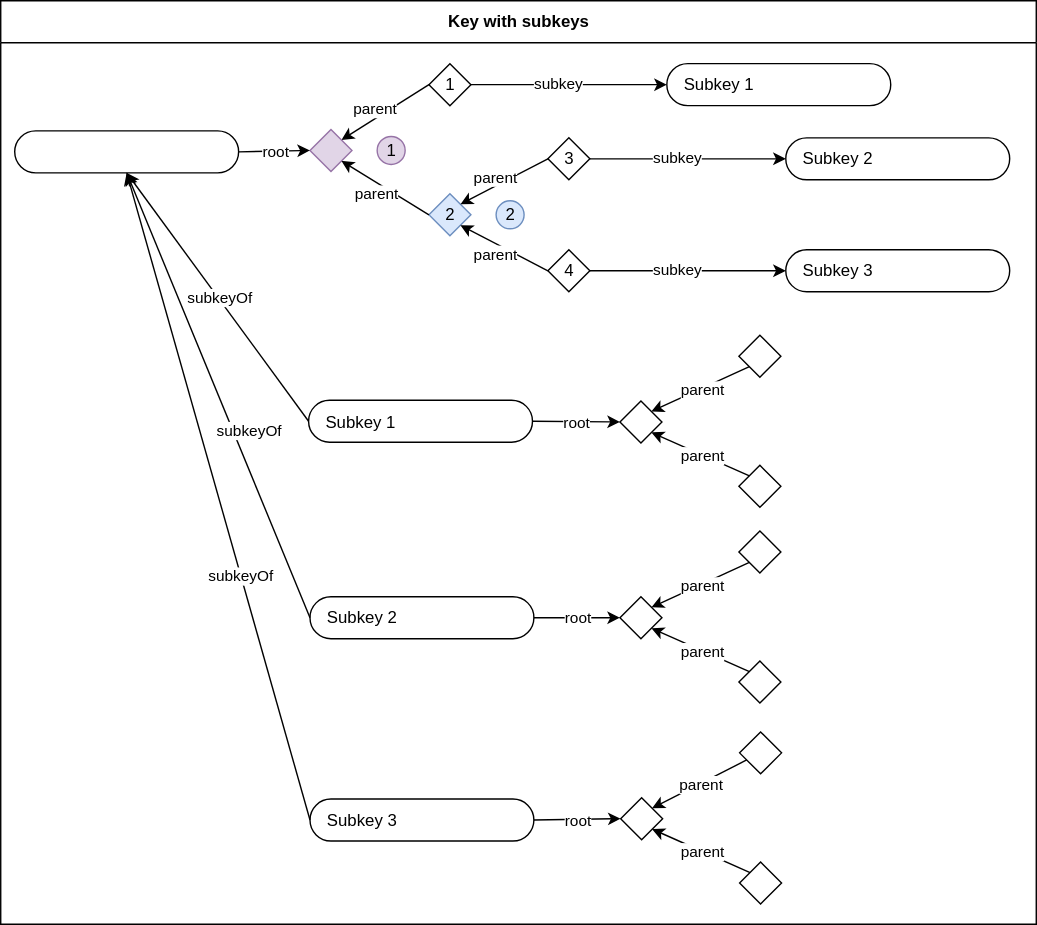
This is source/assets/images/keybase/indented-key-subkeys.drawio.svg from rbgvictoria/keybase-redevelopment, a draw.io export, as it was before one commit. Source tidied: cells renumbered, new cells last; positions are measured from the earlier drawing's top-left corner, leaving out a move shared by most shapes.
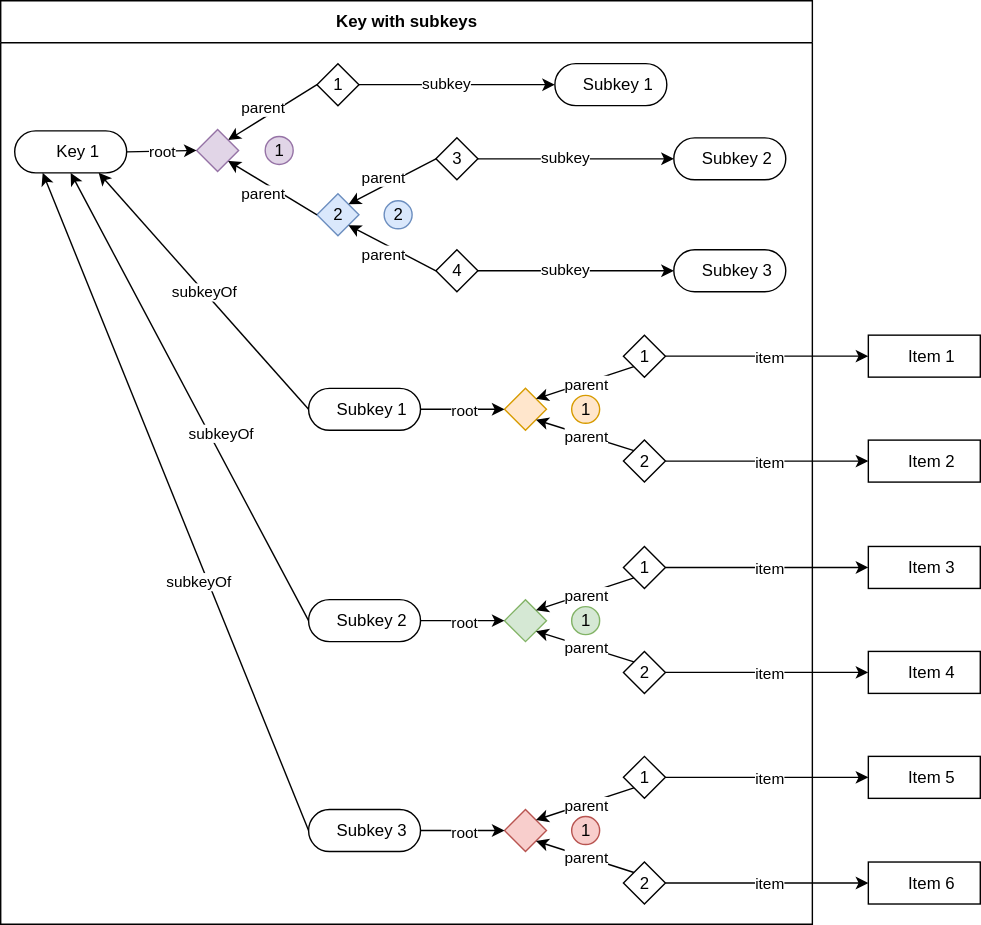
The same file after the commit.

The edit, as a diff of the source:
```diff
@@ -17,7 +17,7 @@
       </mxGeometry>
     </mxCell>
     <mxCell id="6" style="rhombus;whiteSpace=wrap;html=1;fillColor=#e1d5e7;strokeColor=#9673a6;" parent="1" vertex="1">
-      <mxGeometry x="221" y="92" width="30" height="30" as="geometry" />
+      <mxGeometry x="220" y="92" width="30" height="30" as="geometry" />
     </mxCell>
     <mxCell id="7" value="2" style="rhombus;whiteSpace=wrap;html=1;fillColor=#dae8fc;strokeColor=#6c8ebf;" parent="1" vertex="1">
       <mxGeometry x="306" y="138" width="30" height="30" as="geometry" />
@@ -66,11 +66,11 @@
         <mxPoint x="-14" as="offset" />
       </mxGeometry>
     </mxCell>
-    <mxCell id="20" value="Subkey 1" style="rounded=1;whiteSpace=wrap;html=1;arcSize=50;align=left;spacingLeft=10;" parent="1" vertex="1">
-      <mxGeometry x="476" y="45" width="160" height="30" as="geometry" />
+    <mxCell id="20" value="Subkey 1" style="rounded=1;whiteSpace=wrap;html=1;arcSize=50;align=center;spacingLeft=10;" parent="1" vertex="1">
+      <mxGeometry x="476" y="45" width="80" height="30" as="geometry" />
     </mxCell>
-    <mxCell id="21" value="Subkey 2" style="rounded=1;whiteSpace=wrap;html=1;arcSize=50;align=left;spacingLeft=10;" parent="1" vertex="1">
-      <mxGeometry x="561" y="98" width="160" height="30" as="geometry" />
+    <mxCell id="21" value="Subkey 2" style="rounded=1;whiteSpace=wrap;html=1;arcSize=50;align=center;spacingLeft=10;" parent="1" vertex="1">
+      <mxGeometry x="561" y="98" width="80" height="30" as="geometry" />
     </mxCell>
     <mxCell id="22" style="endArrow=classic;html=1;rounded=0;entryX=0;entryY=0.5;entryDx=0;entryDy=0;exitX=1;exitY=0.5;exitDx=0;exitDy=0;" parent="1" edge="1" source="11" target="21">
       <mxGeometry relative="1" as="geometry" />
@@ -95,19 +95,19 @@
       <mxGeometry x="-0.13" y="2" relative="1" as="geometry" />
     </mxCell>
     <mxCell id="28" value="Key with subkeys" style="swimlane;whiteSpace=wrap;html=1;startSize=30;" parent="1" vertex="1">
-      <mxGeometry width="740" height="660" as="geometry" />
+      <mxGeometry x="80" width="580" height="660" as="geometry" />
     </mxCell>
-    <mxCell id="29" value="Subkey 3" style="rounded=1;whiteSpace=wrap;html=1;arcSize=50;align=left;spacingLeft=10;" parent="28" vertex="1">
-      <mxGeometry x="561" y="178" width="160" height="30" as="geometry" />
+    <mxCell id="29" value="Subkey 3" style="rounded=1;whiteSpace=wrap;html=1;arcSize=50;align=center;spacingLeft=10;" parent="28" vertex="1">
+      <mxGeometry x="481" y="178" width="80" height="30" as="geometry" />
     </mxCell>
-    <mxCell id="30" style="rhombus;whiteSpace=wrap;html=1;fillColor=none;strokeColor=#000000;" parent="28" vertex="1">
-      <mxGeometry x="527.5" y="239" width="30" height="30" as="geometry" />
+    <mxCell id="30" value="1" style="rhombus;whiteSpace=wrap;html=1;fillColor=default;strokeColor=#000000;" parent="28" vertex="1">
+      <mxGeometry x="445" y="239" width="30" height="30" as="geometry" />
     </mxCell>
-    <mxCell id="31" style="rhombus;whiteSpace=wrap;html=1;" parent="28" vertex="1">
-      <mxGeometry x="442.5" y="286" width="30" height="30" as="geometry" />
+    <mxCell id="31" style="rhombus;whiteSpace=wrap;html=1;fillColor=#ffe6cc;strokeColor=#d79b00;" parent="28" vertex="1">
+      <mxGeometry x="360" y="277" width="30" height="30" as="geometry" />
     </mxCell>
-    <mxCell id="32" style="rhombus;whiteSpace=wrap;html=1;" parent="28" vertex="1">
-      <mxGeometry x="527.5" y="332" width="30" height="30" as="geometry" />
+    <mxCell id="32" value="2" style="rhombus;whiteSpace=wrap;html=1;" parent="28" vertex="1">
+      <mxGeometry x="445" y="314" width="30" height="30" as="geometry" />
     </mxCell>
     <mxCell id="33" style="endArrow=classic;html=1;rounded=0;exitX=0;exitY=1;exitDx=0;exitDy=0;entryX=1;entryY=0;entryDx=0;entryDy=0;" parent="28" edge="1" source="30" target="31">
       <mxGeometry relative="1" as="geometry" />
@@ -121,14 +121,14 @@
     <mxCell id="36" value="parent" style="edgeLabel;html=1;align=center;verticalAlign=middle;" parent="35" vertex="1">
       <mxGeometry relative="1" as="geometry" />
     </mxCell>
-    <mxCell id="37" style="rhombus;whiteSpace=wrap;html=1;fillColor=none;strokeColor=#000000;" parent="28" vertex="1">
-      <mxGeometry x="527.5" y="378.9" width="30" height="30" as="geometry" />
+    <mxCell id="37" value="1" style="rhombus;whiteSpace=wrap;html=1;fillColor=default;strokeColor=#000000;" parent="28" vertex="1">
+      <mxGeometry x="445" y="390" width="30" height="30" as="geometry" />
     </mxCell>
-    <mxCell id="38" style="rhombus;whiteSpace=wrap;html=1;" parent="28" vertex="1">
-      <mxGeometry x="442.5" y="425.9" width="30" height="30" as="geometry" />
+    <mxCell id="38" style="rhombus;whiteSpace=wrap;html=1;fillColor=#d5e8d4;strokeColor=#82b366;" parent="28" vertex="1">
+      <mxGeometry x="360" y="428" width="30" height="30" as="geometry" />
     </mxCell>
-    <mxCell id="39" style="rhombus;whiteSpace=wrap;html=1;" parent="28" vertex="1">
-      <mxGeometry x="527.5" y="471.9" width="30" height="30" as="geometry" />
+    <mxCell id="39" value="2" style="rhombus;whiteSpace=wrap;html=1;" parent="28" vertex="1">
+      <mxGeometry x="445" y="465" width="30" height="30" as="geometry" />
     </mxCell>
     <mxCell id="40" style="endArrow=classic;html=1;rounded=0;exitX=0;exitY=1;exitDx=0;exitDy=0;entryX=1;entryY=0;entryDx=0;entryDy=0;" parent="28" edge="1" source="37" target="38">
       <mxGeometry relative="1" as="geometry" />
@@ -142,16 +142,16 @@
     <mxCell id="43" value="parent" style="edgeLabel;html=1;align=center;verticalAlign=middle;" parent="42" vertex="1">
       <mxGeometry relative="1" as="geometry" />
     </mxCell>
-    <mxCell id="44" style="rhombus;whiteSpace=wrap;html=1;fillColor=none;strokeColor=#000000;" parent="28" vertex="1">
-      <mxGeometry x="528" y="522.5" width="30" height="30" as="geometry" />
+    <mxCell id="44" value="1" style="rhombus;whiteSpace=wrap;html=1;fillColor=default;strokeColor=#000000;" parent="28" vertex="1">
+      <mxGeometry x="445" y="540" width="30" height="30" as="geometry" />
     </mxCell>
-    <mxCell id="45" style="rhombus;whiteSpace=wrap;html=1;" parent="28" vertex="1">
-      <mxGeometry x="443" y="569.5" width="30" height="30" as="geometry" />
+    <mxCell id="45" style="rhombus;whiteSpace=wrap;html=1;fillColor=#f8cecc;strokeColor=#b85450;" parent="28" vertex="1">
+      <mxGeometry x="360" y="578" width="30" height="30" as="geometry" />
     </mxCell>
-    <mxCell id="46" style="rhombus;whiteSpace=wrap;html=1;" parent="28" vertex="1">
-      <mxGeometry x="528" y="615.5" width="30" height="30" as="geometry" />
+    <mxCell id="46" value="2" style="rhombus;whiteSpace=wrap;html=1;" parent="28" vertex="1">
+      <mxGeometry x="445" y="615.5" width="30" height="30" as="geometry" />
     </mxCell>
-    <mxCell id="47" style="endArrow=classic;html=1;rounded=0;entryX=1;entryY=0;entryDx=0;entryDy=0;" parent="28" edge="1" source="44" target="45">
+    <mxCell id="47" style="endArrow=classic;html=1;rounded=0;entryX=1;entryY=0;entryDx=0;entryDy=0;exitX=0;exitY=1;exitDx=0;exitDy=0;" parent="28" edge="1" source="44" target="45">
       <mxGeometry relative="1" as="geometry" />
     </mxCell>
     <mxCell id="48" value="parent" style="edgeLabel;html=1;align=center;verticalAlign=middle;" parent="47" vertex="1">
@@ -163,14 +163,14 @@
     <mxCell id="50" value="parent" style="edgeLabel;html=1;align=center;verticalAlign=middle;" parent="49" vertex="1">
       <mxGeometry relative="1" as="geometry" />
     </mxCell>
-    <mxCell id="51" value="Subkey 1" style="rounded=1;whiteSpace=wrap;html=1;arcSize=50;align=left;spacingLeft=10;" parent="28" vertex="1">
-      <mxGeometry x="220" y="285.5" width="160" height="30" as="geometry" />
+    <mxCell id="51" value="Subkey 1" style="rounded=1;whiteSpace=wrap;html=1;arcSize=50;align=center;spacingLeft=10;" parent="28" vertex="1">
+      <mxGeometry x="220" y="277" width="80" height="30" as="geometry" />
     </mxCell>
-    <mxCell id="52" value="Subkey 2" style="rounded=1;whiteSpace=wrap;html=1;arcSize=50;align=left;spacingLeft=10;" parent="28" vertex="1">
-      <mxGeometry x="221" y="425.9" width="160" height="30" as="geometry" />
+    <mxCell id="52" value="Subkey 2" style="rounded=1;whiteSpace=wrap;html=1;arcSize=50;align=center;spacingLeft=10;" parent="28" vertex="1">
+      <mxGeometry x="220" y="428" width="80" height="30" as="geometry" />
     </mxCell>
-    <mxCell id="53" value="Subkey 3" style="rounded=1;whiteSpace=wrap;html=1;arcSize=50;align=left;spacingLeft=10;" parent="28" vertex="1">
-      <mxGeometry x="221" y="570.5" width="160" height="30" as="geometry" />
+    <mxCell id="53" value="Subkey 3" style="rounded=1;whiteSpace=wrap;html=1;arcSize=50;align=center;spacingLeft=10;" parent="28" vertex="1">
+      <mxGeometry x="220" y="578" width="80" height="30" as="geometry" />
     </mxCell>
     <mxCell id="54" style="endArrow=classic;html=1;rounded=0;exitX=1;exitY=0.5;exitDx=0;exitDy=0;entryX=0;entryY=0.5;entryDx=0;entryDy=0;" parent="28" edge="1" source="51" target="31">
       <mxGeometry relative="1" as="geometry" />
@@ -190,8 +190,17 @@
     <mxCell id="59" value="root" style="edgeLabel;html=1;align=center;verticalAlign=middle;" parent="58" vertex="1">
       <mxGeometry relative="1" as="geometry" />
     </mxCell>
+    <mxCell id="69" value="1" style="ellipse;whiteSpace=wrap;html=1;fillColor=#ffe6cc;strokeColor=#d79b00;direction=south;" parent="28" vertex="1">
+      <mxGeometry x="408" y="282" width="20" height="20" as="geometry" />
+    </mxCell>
+    <mxCell id="70" value="1" style="ellipse;whiteSpace=wrap;html=1;fillColor=#d5e8d4;strokeColor=#82b366;direction=south;" parent="28" vertex="1">
+      <mxGeometry x="408" y="433" width="20" height="20" as="geometry" />
+    </mxCell>
+    <mxCell id="71" value="1" style="ellipse;whiteSpace=wrap;html=1;fillColor=#f8cecc;strokeColor=#b85450;direction=south;" parent="28" vertex="1">
+      <mxGeometry x="408" y="583" width="20" height="20" as="geometry" />
+    </mxCell>
-    <mxCell id="60" style="rounded=1;whiteSpace=wrap;html=1;arcSize=50;align=left;spacingLeft=10;" parent="1" vertex="1">
-      <mxGeometry x="10" y="93" width="160" height="30" as="geometry" />
+    <mxCell id="60" value="Key 1" style="rounded=1;whiteSpace=wrap;html=1;arcSize=50;align=center;spacingLeft=10;" parent="1" vertex="1">
+      <mxGeometry x="90" y="93" width="80" height="30" as="geometry" />
     </mxCell>
     <mxCell id="61" value="root" style="endArrow=classic;html=1;rounded=0;exitX=1;exitY=0.5;exitDx=0;exitDy=0;entryX=0;entryY=0.5;entryDx=0;entryDy=0;" parent="1" edge="1" source="60" target="6">
       <mxGeometry relative="1" as="geometry" />
@@ -199,7 +208,7 @@
     <mxCell id="62" value="root" style="edgeLabel;html=1;align=center;verticalAlign=middle;" parent="61" vertex="1">
       <mxGeometry relative="1" as="geometry" />
     </mxCell>
-    <mxCell id="63" style="endArrow=classic;html=1;rounded=0;exitX=0;exitY=0.5;exitDx=0;exitDy=0;entryX=0.5;entryY=1;entryDx=0;entryDy=0;" parent="1" edge="1" source="51" target="60">
+    <mxCell id="63" style="endArrow=classic;html=1;rounded=0;exitX=0;exitY=0.5;exitDx=0;exitDy=0;entryX=0.75;entryY=1;entryDx=0;entryDy=0;" parent="1" edge="1" source="51" target="60">
       <mxGeometry relative="1" as="geometry" />
     </mxCell>
     <mxCell id="64" value="subkeyOf" style="edgeLabel;html=1;align=center;verticalAlign=middle;" parent="63" vertex="1">
@@ -213,7 +222,7 @@
         <mxPoint x="21" y="25" as="offset" />
       </mxGeometry>
     </mxCell>
-    <mxCell id="67" style="endArrow=classic;html=1;rounded=0;exitX=0;exitY=0.5;exitDx=0;exitDy=0;entryX=0.5;entryY=1;entryDx=0;entryDy=0;" parent="1" edge="1" source="53" target="60">
+    <mxCell id="67" style="endArrow=classic;html=1;rounded=0;exitX=0;exitY=0.5;exitDx=0;exitDy=0;entryX=0.25;entryY=1;entryDx=0;entryDy=0;" parent="1" edge="1" source="53" target="60">
       <mxGeometry relative="1" as="geometry" />
     </mxCell>
     <mxCell id="68" value="subkeyOf" style="edgeLabel;html=1;align=center;verticalAlign=middle;" parent="67" vertex="1">
@@ -221,5 +230,59 @@
         <mxPoint x="15" y="56" as="offset" />
       </mxGeometry>
     </mxCell>
+    <mxCell id="72" value="Item 1" style="rounded=0;whiteSpace=wrap;html=1;align=center;spacingLeft=10;" parent="1" vertex="1">
+      <mxGeometry x="700" y="239" width="80" height="30" as="geometry" />
+    </mxCell>
+    <mxCell id="73" value="Item 6" style="rounded=0;whiteSpace=wrap;html=1;align=center;spacingLeft=10;" parent="1" vertex="1">
+      <mxGeometry x="700" y="615.5" width="80" height="30" as="geometry" />
+    </mxCell>
+    <mxCell id="74" value="Item 2" style="rounded=0;whiteSpace=wrap;html=1;align=center;spacingLeft=10;" parent="1" vertex="1">
+      <mxGeometry x="700" y="314" width="80" height="30" as="geometry" />
+    </mxCell>
+    <mxCell id="75" value="Item 3" style="rounded=0;whiteSpace=wrap;html=1;align=center;spacingLeft=10;" parent="1" vertex="1">
+      <mxGeometry x="700" y="390" width="80" height="30" as="geometry" />
+    </mxCell>
+    <mxCell id="76" value="Item 4" style="rounded=0;whiteSpace=wrap;html=1;align=center;spacingLeft=10;" parent="1" vertex="1">
+      <mxGeometry x="700" y="465" width="80" height="30" as="geometry" />
+    </mxCell>
+    <mxCell id="77" value="Item 5" style="rounded=0;whiteSpace=wrap;html=1;align=center;spacingLeft=10;" parent="1" vertex="1">
+      <mxGeometry x="700" y="540" width="80" height="30" as="geometry" />
+    </mxCell>
+    <mxCell id="78" style="endArrow=classic;html=1;rounded=0;entryX=0;entryY=0.5;entryDx=0;entryDy=0;exitX=1;exitY=0.5;exitDx=0;exitDy=0;" parent="1" edge="1" source="30" target="72">
+      <mxGeometry relative="1" as="geometry" />
+    </mxCell>
+    <mxCell id="79" value="item" style="edgeLabel;html=1;align=center;verticalAlign=middle;" parent="78" vertex="1">
+      <mxGeometry relative="1" as="geometry" />
+    </mxCell>
+    <mxCell id="80" style="endArrow=classic;html=1;rounded=0;entryX=0;entryY=0.5;entryDx=0;entryDy=0;exitX=1;exitY=0.5;exitDx=0;exitDy=0;" parent="1" edge="1" source="32" target="74">
+      <mxGeometry relative="1" as="geometry" />
+    </mxCell>
+    <mxCell id="81" value="item" style="edgeLabel;html=1;align=center;verticalAlign=middle;" parent="80" vertex="1">
+      <mxGeometry relative="1" as="geometry" />
+    </mxCell>
+    <mxCell id="82" style="endArrow=classic;html=1;rounded=0;entryX=0;entryY=0.5;entryDx=0;entryDy=0;exitX=1;exitY=0.5;exitDx=0;exitDy=0;" parent="1" edge="1" source="37" target="75">
+      <mxGeometry relative="1" as="geometry" />
+    </mxCell>
+    <mxCell id="83" value="item" style="edgeLabel;html=1;align=center;verticalAlign=middle;" parent="82" vertex="1">
+      <mxGeometry relative="1" as="geometry" />
+    </mxCell>
+    <mxCell id="84" style="endArrow=classic;html=1;rounded=0;entryX=0;entryY=0.5;entryDx=0;entryDy=0;exitX=1;exitY=0.5;exitDx=0;exitDy=0;" parent="1" edge="1" source="39" target="76">
+      <mxGeometry relative="1" as="geometry" />
+    </mxCell>
+    <mxCell id="85" value="item" style="edgeLabel;html=1;align=center;verticalAlign=middle;" parent="84" vertex="1">
+      <mxGeometry relative="1" as="geometry" />
+    </mxCell>
+    <mxCell id="86" style="endArrow=classic;html=1;rounded=0;entryX=0;entryY=0.5;entryDx=0;entryDy=0;exitX=1;exitY=0.5;exitDx=0;exitDy=0;" parent="1" edge="1" source="44" target="77">
+      <mxGeometry relative="1" as="geometry" />
+    </mxCell>
+    <mxCell id="87" value="item" style="edgeLabel;html=1;align=center;verticalAlign=middle;" parent="86" vertex="1">
+      <mxGeometry relative="1" as="geometry" />
+    </mxCell>
+    <mxCell id="88" style="endArrow=classic;html=1;rounded=0;entryX=0;entryY=0.5;entryDx=0;entryDy=0;exitX=1;exitY=0.5;exitDx=0;exitDy=0;" parent="1" edge="1" source="46" target="73">
+      <mxGeometry relative="1" as="geometry" />
+    </mxCell>
+    <mxCell id="89" value="item" style="edgeLabel;html=1;align=center;verticalAlign=middle;" parent="88" vertex="1">
+      <mxGeometry relative="1" as="geometry" />
+    </mxCell>
   </root>
 </mxGraphModel>
```
